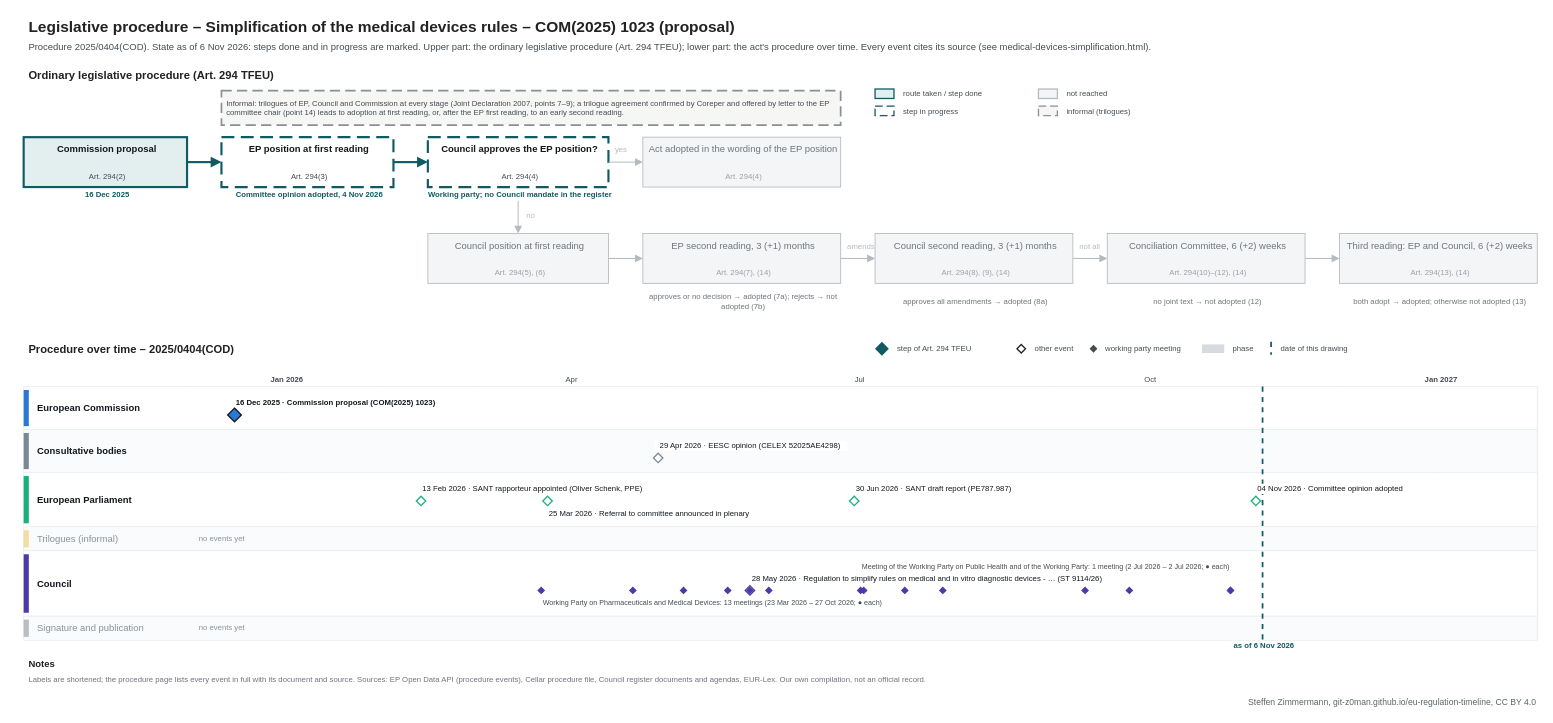
git-z0man/eu-regulation-timeline keeps this draw.io diagram as procedures/medical-devices-simplification.drawio. Above is the earlier version. Source tidied: cells renumbered, new cells numbered last; positions are measured from the earlier drawing's top-left corner, leaving out a move shared by most shapes. Both pictures are drawn from the tidied source at 86%, with x=0, y=0 at pixel (15, 15).
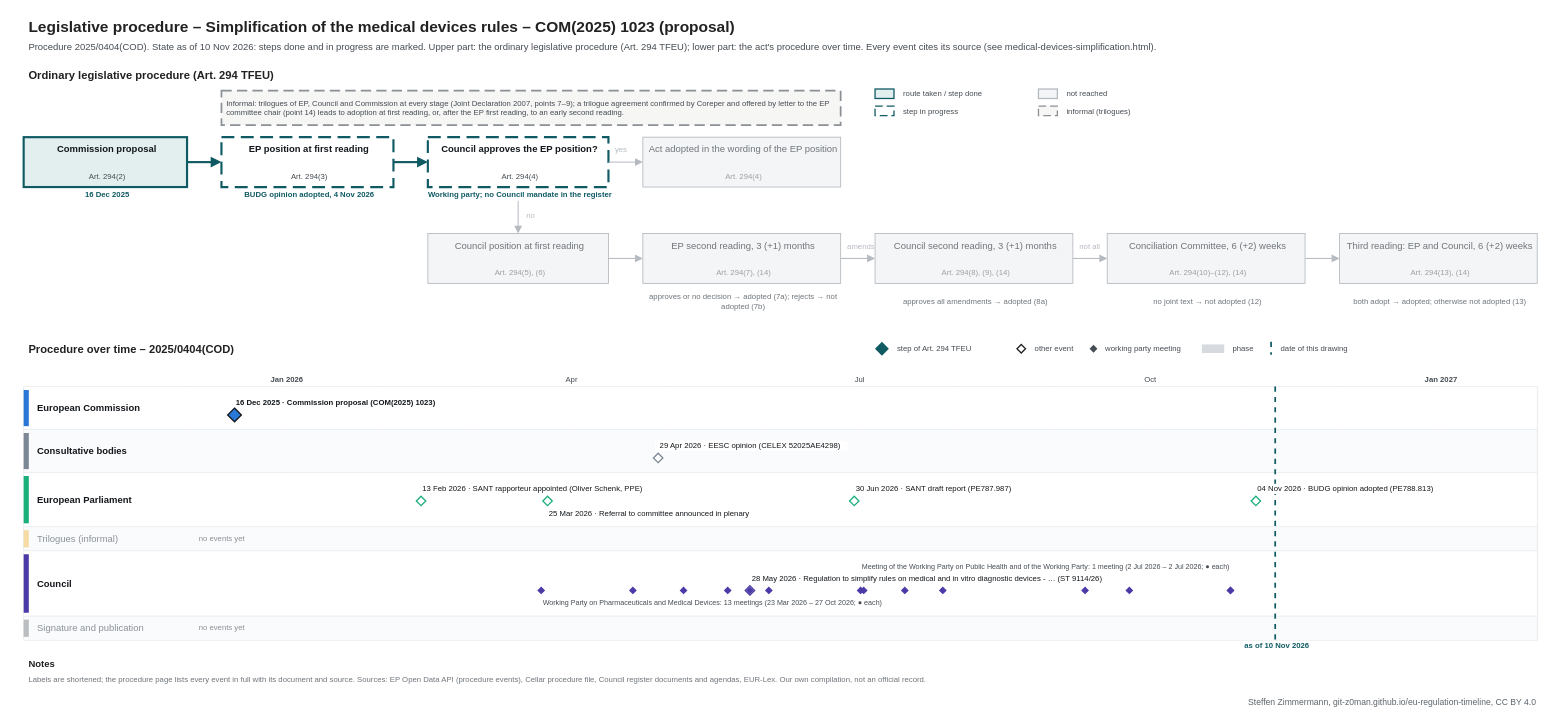
Above is the later version.

Change to the diagram source:
```diff
@@
-    <mxCell id="3" value="Procedure 2025/0404(COD). State as of 6 Nov 2026: steps done and in progress are marked. Upper part: the ordinary legislative procedure (Art. 294 TFEU); lower part: the act's procedure over time. Every event cites its source (see medical-devices-simplification.html)." style="text;html=1;fontSize=11;fontColor=#454c53;align=left;verticalAlign=middle;spacingLeft=4;" parent="1" vertex="1">
+    <mxCell id="3" value="Procedure 2025/0404(COD). State as of 10 Nov 2026: steps done and in progress are marked. Upper part: the ordinary legislative procedure (Art. 294 TFEU); lower part: the act's procedure over time. Every event cites its source (see medical-devices-simplification.html)." style="text;html=1;fontSize=11;fontColor=#454c53;align=left;verticalAlign=middle;spacingLeft=4;" parent="1" vertex="1">
       <mxGeometry x="10" y="28" width="1700" height="18" as="geometry" />
     </mxCell>
@@
-    <mxCell id="20" value="Committee opinion adopted, 4 Nov 2026" style="text;html=1;fontSize=9;fontColor=#0f5a63;align=center;verticalAlign=middle;spacingLeft=4;fontStyle=1;" parent="1" vertex="1">
+    <mxCell id="20" value="BUDG opinion adopted, 4 Nov 2026" style="text;html=1;fontSize=9;fontColor=#0f5a63;align=center;verticalAlign=middle;spacingLeft=4;fontStyle=1;" parent="1" vertex="1">
       <mxGeometry x="230" y="202" width="220" height="14" as="geometry" />
     </mxCell>
@@
     <mxCell id="112" style="line;html=1;strokeWidth=2;strokeColor=#0f5a63;direction=south;dashed=1;" parent="1" vertex="1">
-      <mxGeometry x="1450.1" y="432" width="1" height="295" as="geometry" />
+      <mxGeometry x="1464.8" y="432" width="1" height="295" as="geometry" />
     </mxCell>
-    <mxCell id="113" value="as of 6 Nov 2026" style="text;html=1;fontSize=9;fontColor=#0f5a63;align=center;verticalAlign=middle;spacingLeft=4;fontStyle=1;" parent="1" vertex="1">
-      <mxGeometry x="1390.1" y="728" width="120" height="12" as="geometry" />
+    <mxCell id="113" value="as of 10 Nov 2026" style="text;html=1;fontSize=9;fontColor=#0f5a63;align=center;verticalAlign=middle;spacingLeft=4;fontStyle=1;" parent="1" vertex="1">
+      <mxGeometry x="1404.8" y="728" width="120" height="12" as="geometry" />
     </mxCell>
@@
-    <mxCell id="121" value="04 Nov 2026 · Committee opinion adopted" style="text;html=1;fontSize=9;fontColor=#14181c;align=left;verticalAlign=middle;spacingLeft=4;fillColor=#ffffff;" parent="1" vertex="1">
-      <mxGeometry x="1438.8" y="545" width="191.3" height="12" as="geometry" />
+    <mxCell id="121" value="04 Nov 2026 · BUDG opinion adopted (PE788.813)" style="text;html=1;fontSize=9;fontColor=#14181c;align=left;verticalAlign=middle;spacingLeft=4;fillColor=#ffffff;" parent="1" vertex="1">
+      <mxGeometry x="1438.8" y="545" width="224.2" height="12" as="geometry" />
     </mxCell>
```
